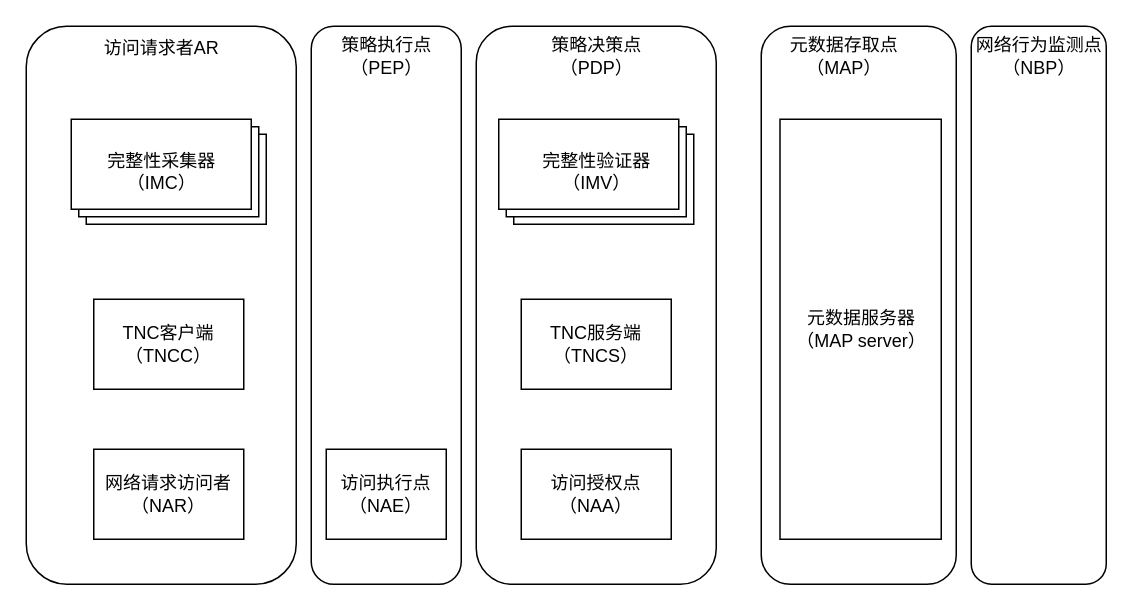
This is testDirectory/TNC体系架构.drawio from Moose1273/-, a draw.io file, before an edit. Source tidied: cells renumbered, new cells numbered last; positions are measured from the earlier drawing's top-left corner, leaving out a move shared by most shapes. Both pictures are drawn from the tidied source at 150%, with x=0, y=0 at pixel (26, 26).
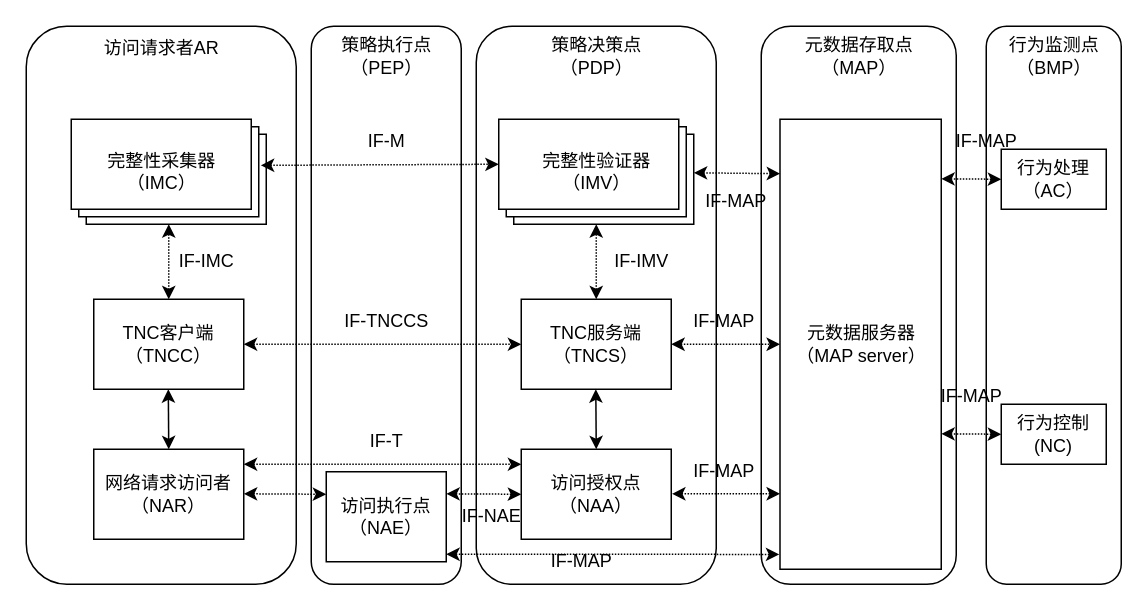
After the change.

Commit message (it also covers changes not shown here):
更新TNC体系架构.drawio

Unchanged cells that the change refers to:
```xml
<mxCell id="12" style="verticalLabelPosition=bottom;verticalAlign=top;html=1;shape=mxgraph.basic.layered_rect;dx=10;outlineConnect=0;whiteSpace=wrap;" parent="1" vertex="1">
  <mxGeometry x="30" y="62" width="130" height="70" as="geometry" />
</mxCell>
<mxCell id="14" value="TNC客户端&lt;div&gt;（TNCC）&lt;/div&gt;" style="rounded=0;whiteSpace=wrap;html=1;" parent="1" vertex="1">
  <mxGeometry x="45" y="182" width="100" height="60" as="geometry" />
</mxCell>
<mxCell id="15" value="网络请求访问者&lt;div&gt;（NAR）&lt;/div&gt;" style="rounded=0;whiteSpace=wrap;html=1;" parent="1" vertex="1">
  <mxGeometry x="45" y="282" width="100" height="60" as="geometry" />
</mxCell>
<mxCell id="17" style="verticalLabelPosition=bottom;verticalAlign=top;html=1;shape=mxgraph.basic.layered_rect;dx=10;outlineConnect=0;whiteSpace=wrap;" parent="1" vertex="1">
  <mxGeometry x="315" y="62" width="130" height="70" as="geometry" />
</mxCell>
<mxCell id="19" value="TNC服务端&lt;div&gt;（TNCS）&lt;/div&gt;" style="rounded=0;whiteSpace=wrap;html=1;" parent="1" vertex="1">
  <mxGeometry x="330" y="182" width="100" height="60" as="geometry" />
</mxCell>
<mxCell id="20" value="访问授权点&lt;div&gt;（NAA）&lt;/div&gt;" style="rounded=0;whiteSpace=wrap;html=1;" parent="1" vertex="1">
  <mxGeometry x="330" y="282" width="100" height="60" as="geometry" />
</mxCell>
```

Change to the diagram source:
```diff
@@
     <mxCell id="6" style="rounded=1;whiteSpace=wrap;html=1;" parent="1" vertex="1">
-      <mxGeometry x="630" width="90" height="372" as="geometry" />
+      <mxGeometry x="640" width="90" height="372" as="geometry" />
     </mxCell>
@@
     <mxCell id="10" value="元数据存取点&lt;div&gt;（MAP）&lt;/div&gt;" style="text;html=1;align=center;verticalAlign=middle;strokeColor=none;fillColor=none;" parent="1" vertex="1">
-      <mxGeometry x="495" width="100" height="40" as="geometry" />
+      <mxGeometry x="505" width="100" height="40" as="geometry" />
     </mxCell>
-    <mxCell id="11" value="网络行为监测点&lt;div&gt;（NBP）&lt;/div&gt;" style="text;html=1;align=center;verticalAlign=middle;strokeColor=none;fillColor=none;" parent="1" vertex="1">
-      <mxGeometry x="620" width="110" height="40" as="geometry" />
+    <mxCell id="11" value="行为监测点&lt;div&gt;（BMP）&lt;/div&gt;" style="text;html=1;align=center;verticalAlign=middle;strokeColor=none;fillColor=none;" parent="1" vertex="1">
+      <mxGeometry x="645" width="80" height="40" as="geometry" />
     </mxCell>
@@
     <mxCell id="16" value="访问执行点&lt;div&gt;（NAE）&lt;/div&gt;" style="rounded=0;whiteSpace=wrap;html=1;" parent="1" vertex="1">
-      <mxGeometry x="200" y="282" width="80" height="60" as="geometry" />
+      <mxGeometry x="200" y="297" width="80" height="60" as="geometry" />
     </mxCell>
@@
     <mxCell id="21" value="元数据&lt;span style=&quot;background-color: initial;&quot;&gt;服务器&lt;/span&gt;&lt;div&gt;（MAP server）&lt;/div&gt;" style="rounded=0;whiteSpace=wrap;html=1;" parent="1" vertex="1">
-      <mxGeometry x="502.5" y="62" width="107.5" height="280" as="geometry" />
+      <mxGeometry x="502.5" y="62" width="107.5" height="300" as="geometry" />
     </mxCell>
+    <mxCell id="22" style="endArrow=classic;startArrow=classic;html=1;rounded=0;entryX=0;entryY=0;entryDx=0;entryDy=30;entryPerimeter=0;exitX=0.972;exitY=0.439;exitDx=0;exitDy=0;exitPerimeter=0;dashed=1;dashPattern=1 1;" parent="1" edge="1" source="12" target="17">
+      <mxGeometry relative="1" as="geometry" />
+    </mxCell>
+    <mxCell id="23" style="endArrow=classic;startArrow=classic;html=1;rounded=0;entryX=0.001;entryY=0.121;entryDx=0;entryDy=0;entryPerimeter=0;dashed=1;dashPattern=1 1;" parent="1" edge="1" source="17" target="21">
+      <mxGeometry relative="1" as="geometry" />
+    </mxCell>
+    <mxCell id="24" style="endArrow=classic;startArrow=classic;html=1;rounded=0;entryX=0;entryY=0.5;entryDx=0;entryDy=0;dashed=1;dashPattern=1 1;exitX=1;exitY=0.5;exitDx=0;exitDy=0;" parent="1" edge="1" source="19" target="21">
+      <mxGeometry relative="1" as="geometry" />
+    </mxCell>
+    <mxCell id="25" style="endArrow=classic;startArrow=classic;html=1;rounded=0;entryX=-0.004;entryY=0.537;entryDx=0;entryDy=0;entryPerimeter=0;dashed=1;dashPattern=1 1;exitX=1;exitY=0.5;exitDx=0;exitDy=0;" parent="1" edge="1">
+      <mxGeometry relative="1" as="geometry">
+        <mxPoint x="430.5" y="311.7" as="sourcePoint" />
+        <mxPoint x="502.5" y="311.7" as="targetPoint" />
+      </mxGeometry>
+    </mxCell>
+    <mxCell id="26" style="endArrow=classic;startArrow=classic;html=1;rounded=0;entryX=0;entryY=0.5;entryDx=0;entryDy=0;dashed=1;dashPattern=1 1;exitX=1;exitY=0.5;exitDx=0;exitDy=0;" parent="1" edge="1" target="20">
+      <mxGeometry relative="1" as="geometry">
+        <mxPoint x="280" y="311.7" as="sourcePoint" />
+      </mxGeometry>
+    </mxCell>
+    <mxCell id="27" style="endArrow=classic;startArrow=classic;html=1;rounded=0;entryX=0;entryY=0.25;entryDx=0;entryDy=0;dashed=1;dashPattern=1 1;exitX=1;exitY=0.5;exitDx=0;exitDy=0;" parent="1" edge="1" target="16">
+      <mxGeometry relative="1" as="geometry">
+        <mxPoint x="145" y="311.7" as="sourcePoint" />
+      </mxGeometry>
+    </mxCell>
+    <mxCell id="28" style="endArrow=classic;startArrow=classic;html=1;rounded=0;entryX=0;entryY=0.5;entryDx=0;entryDy=0;dashed=1;dashPattern=1 1;exitX=1;exitY=0.5;exitDx=0;exitDy=0;" parent="1" edge="1" source="14" target="19">
+      <mxGeometry relative="1" as="geometry" />
+    </mxCell>
+    <mxCell id="29" style="endArrow=classic;startArrow=classic;html=1;rounded=0;dashed=1;dashPattern=1 1;exitX=0.5;exitY=0;exitDx=0;exitDy=0;" parent="1" edge="1" source="14" target="12">
+      <mxGeometry relative="1" as="geometry" />
+    </mxCell>
+    <mxCell id="30" style="endArrow=classic;startArrow=classic;html=1;rounded=0;exitX=0.5;exitY=0;exitDx=0;exitDy=0;" parent="1" edge="1" source="15">
+      <mxGeometry relative="1" as="geometry">
+        <mxPoint x="94.7" y="242" as="targetPoint" />
+      </mxGeometry>
+    </mxCell>
+    <mxCell id="31" value="行为处理（AC）" style="rounded=0;whiteSpace=wrap;html=1;" parent="1" vertex="1">
+      <mxGeometry x="650" y="82" width="70" height="40" as="geometry" />
+    </mxCell>
+    <mxCell id="32" value="&lt;div&gt;行为控制&lt;/div&gt;&lt;div&gt;(NC)&lt;/div&gt;" style="rounded=0;whiteSpace=wrap;html=1;" parent="1" vertex="1">
+      <mxGeometry x="650" y="252" width="70" height="40" as="geometry" />
+    </mxCell>
+    <mxCell id="33" style="endArrow=classic;startArrow=classic;html=1;rounded=0;dashed=1;dashPattern=1 1;entryX=0;entryY=0.5;entryDx=0;entryDy=0;" parent="1" edge="1" target="31">
+      <mxGeometry relative="1" as="geometry">
+        <mxPoint x="610" y="101.7" as="sourcePoint" />
+      </mxGeometry>
+    </mxCell>
+    <mxCell id="34" style="endArrow=classic;startArrow=classic;html=1;rounded=0;dashed=1;dashPattern=1 1;entryX=0;entryY=0.5;entryDx=0;entryDy=0;" parent="1" edge="1" target="32">
+      <mxGeometry relative="1" as="geometry">
+        <mxPoint x="610" y="271.7" as="sourcePoint" />
+      </mxGeometry>
+    </mxCell>
+    <mxCell id="35" value="IF-IMC" style="text;html=1;align=center;verticalAlign=middle;strokeColor=none;fillColor=none;" parent="1" vertex="1">
+      <mxGeometry x="90" y="142" width="60" height="30" as="geometry" />
+    </mxCell>
+    <mxCell id="36" value="IF-M" style="text;html=1;align=center;verticalAlign=middle;strokeColor=none;fillColor=none;" parent="1" vertex="1">
+      <mxGeometry x="215" y="62" width="50" height="30" as="geometry" />
+    </mxCell>
+    <mxCell id="37" value="IF-TNCCS" style="text;html=1;align=center;verticalAlign=middle;strokeColor=none;fillColor=none;" parent="1" vertex="1">
+      <mxGeometry x="200" y="182" width="80" height="30" as="geometry" />
+    </mxCell>
+    <mxCell id="38" value="IF-T" style="text;html=1;align=center;verticalAlign=middle;strokeColor=none;fillColor=none;" parent="1" vertex="1">
+      <mxGeometry x="215" y="262" width="50" height="30" as="geometry" />
+    </mxCell>
+    <mxCell id="39" style="endArrow=classic;startArrow=classic;html=1;rounded=0;dashed=1;dashPattern=1 1;exitX=0.5;exitY=0;exitDx=0;exitDy=0;" parent="1" edge="1">
+      <mxGeometry relative="1" as="geometry">
+        <mxPoint x="380" y="182" as="sourcePoint" />
+        <mxPoint x="380" y="132" as="targetPoint" />
+      </mxGeometry>
+    </mxCell>
+    <mxCell id="40" style="endArrow=classic;startArrow=classic;html=1;rounded=0;exitX=0.5;exitY=0;exitDx=0;exitDy=0;" parent="1" edge="1">
+      <mxGeometry relative="1" as="geometry">
+        <mxPoint x="380" y="282" as="sourcePoint" />
+        <mxPoint x="379.7" y="242" as="targetPoint" />
+      </mxGeometry>
+    </mxCell>
+    <mxCell id="41" value="IF-IMV" style="text;html=1;align=center;verticalAlign=middle;strokeColor=none;fillColor=none;" parent="1" vertex="1">
+      <mxGeometry x="380" y="142" width="60" height="30" as="geometry" />
+    </mxCell>
+    <mxCell id="42" value="IF-MAP" style="text;html=1;align=center;verticalAlign=middle;strokeColor=none;fillColor=none;" parent="1" vertex="1">
+      <mxGeometry x="442.5" y="102" width="60" height="30" as="geometry" />
+    </mxCell>
+    <mxCell id="43" value="IF-MAP" style="text;html=1;align=center;verticalAlign=middle;strokeColor=none;fillColor=none;" parent="1" vertex="1">
+      <mxGeometry x="435" y="182" width="60" height="30" as="geometry" />
+    </mxCell>
+    <mxCell id="44" value="IF-MAP" style="text;html=1;align=center;verticalAlign=middle;strokeColor=none;fillColor=none;" parent="1" vertex="1">
+      <mxGeometry x="435" y="282" width="60" height="30" as="geometry" />
+    </mxCell>
+    <mxCell id="45" value="IF-MAP" style="text;html=1;align=center;verticalAlign=middle;strokeColor=none;fillColor=none;" parent="1" vertex="1">
+      <mxGeometry x="610" y="62" width="60" height="30" as="geometry" />
+    </mxCell>
+    <mxCell id="46" value="IF-MAP" style="text;html=1;align=center;verticalAlign=middle;strokeColor=none;fillColor=none;" parent="1" vertex="1">
+      <mxGeometry x="600" y="232" width="60" height="30" as="geometry" />
+    </mxCell>
+    <mxCell id="47" value="IF-NAE" style="text;html=1;align=center;verticalAlign=middle;strokeColor=none;fillColor=none;" parent="1" vertex="1">
+      <mxGeometry x="280" y="312" width="60" height="30" as="geometry" />
+    </mxCell>
+    <mxCell id="48" style="endArrow=classic;startArrow=classic;html=1;rounded=0;entryX=-0.004;entryY=0.967;entryDx=0;entryDy=0;dashed=1;dashPattern=1 1;exitX=1;exitY=0.5;exitDx=0;exitDy=0;entryPerimeter=0;" parent="1" edge="1" target="21">
+      <mxGeometry relative="1" as="geometry">
+        <mxPoint x="280" y="352" as="sourcePoint" />
+      </mxGeometry>
+    </mxCell>
+    <mxCell id="49" value="IF-MAP" style="text;html=1;align=center;verticalAlign=middle;strokeColor=none;fillColor=none;" parent="1" vertex="1">
+      <mxGeometry x="340" y="342" width="60" height="30" as="geometry" />
+    </mxCell>
+    <mxCell id="50" style="endArrow=classic;startArrow=classic;html=1;rounded=0;entryX=0;entryY=0.5;entryDx=0;entryDy=0;dashed=1;dashPattern=1 1;exitX=1;exitY=0.5;exitDx=0;exitDy=0;" parent="1" edge="1">
+      <mxGeometry relative="1" as="geometry">
+        <mxPoint x="145" y="292" as="sourcePoint" />
+        <mxPoint x="330" y="292" as="targetPoint" />
+      </mxGeometry>
+    </mxCell>
```
